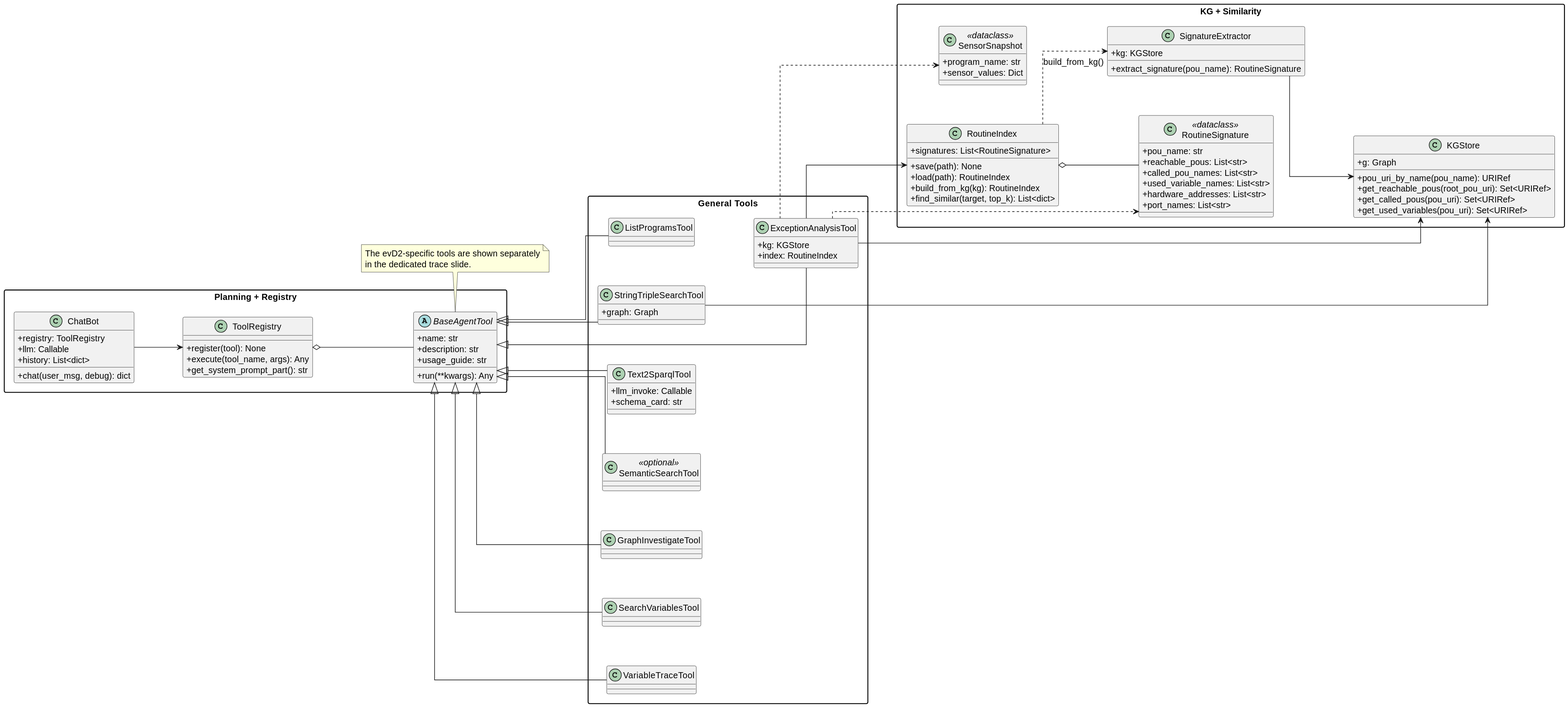
Above: out/UML-Diagrams/ExcH-KG-Agent/msrguard_chatbot_core_tools_slide/msrguard_chatbot_core_tools.svg in verkal1999/Agent_Test (PlantUML), before the change.
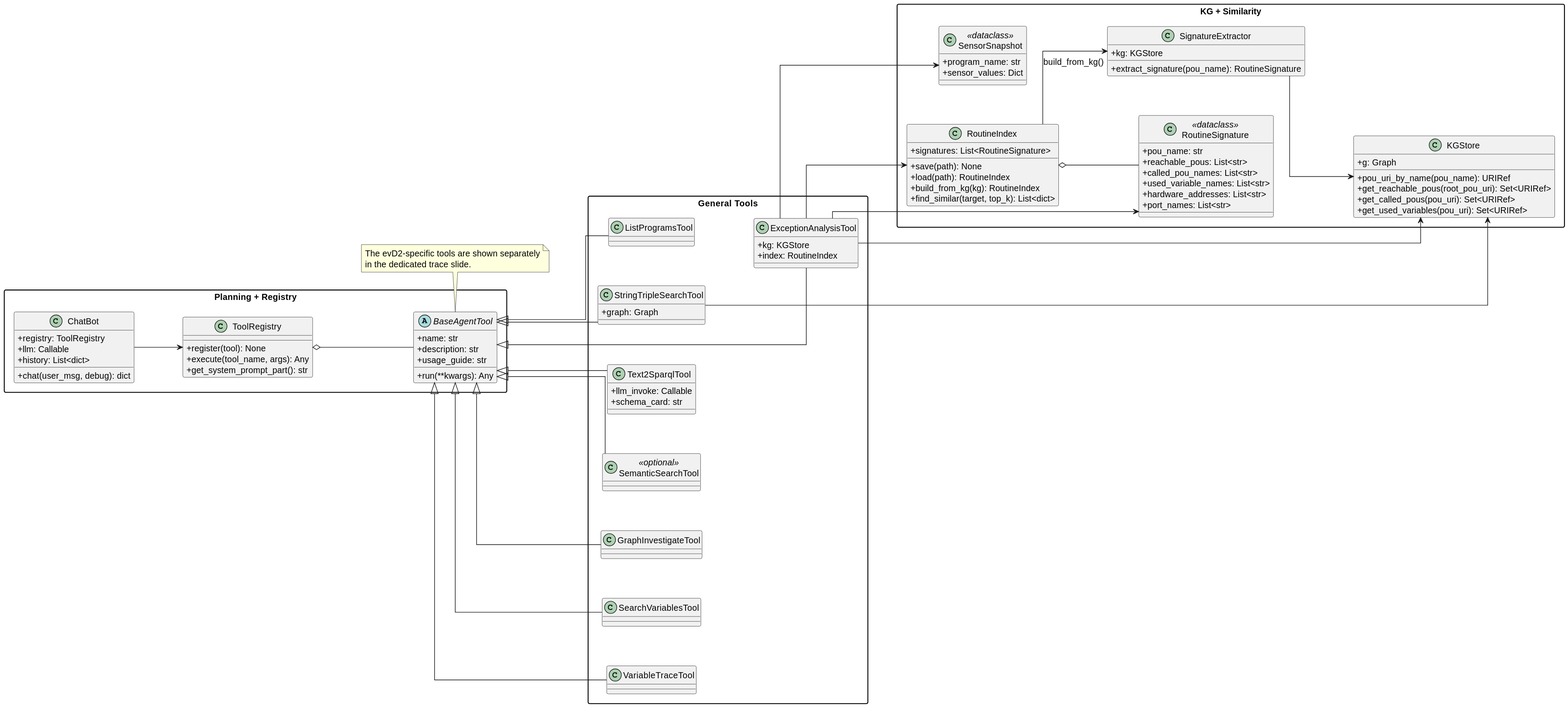
After the commit.

Change to the diagram source:
```diff
@@ -47,7 +47,7 @@
 
   SignatureExtractor --> KGStore
   RoutineIndex o-- RoutineSignature
-  RoutineIndex ..> SignatureExtractor : build_from_kg()
+  RoutineIndex --> SignatureExtractor : build_from_kg()
 }
 
 package "Planning + Registry" {
@@ -103,8 +103,8 @@
 
 ExceptionAnalysisTool --> KGStore
 ExceptionAnalysisTool --> RoutineIndex
-ExceptionAnalysisTool ..> RoutineSignature
-ExceptionAnalysisTool ..> SensorSnapshot
+ExceptionAnalysisTool --> RoutineSignature
+ExceptionAnalysisTool --> SensorSnapshot
 StringTripleSearchTool --> KGStore
 
 SensorSnapshot -[hidden]-> BaseAgentTool
```
